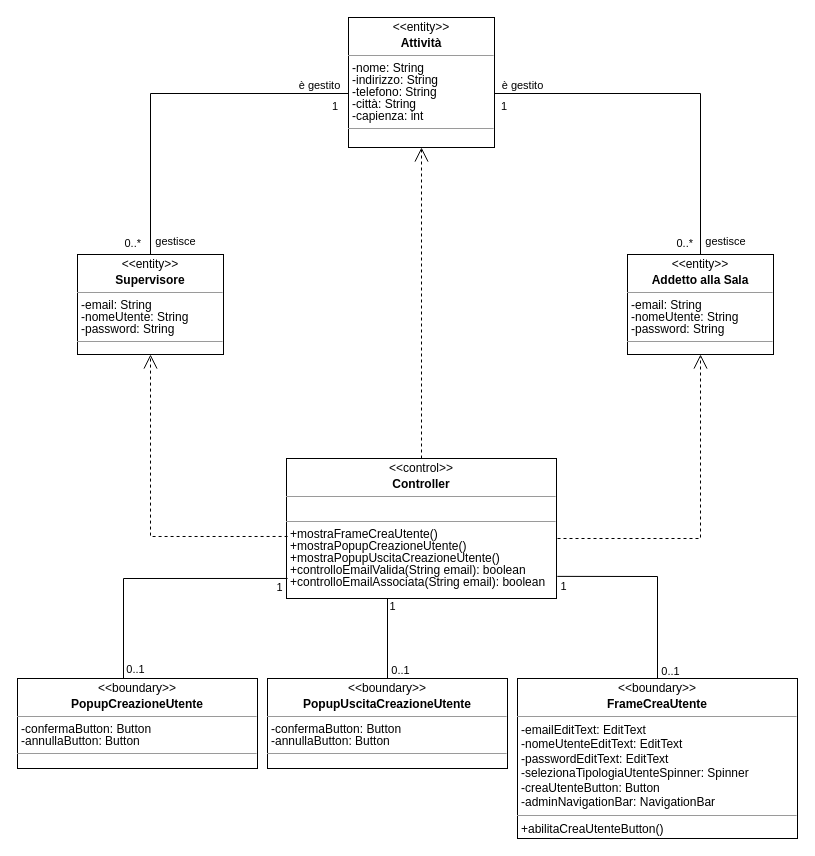
vittorioruggiero/Progetto-IngSw keeps this draw.io diagram as Documentazione/Class Diagram/Analisi/drawio/Analysis Class Diagram - Crea Utente.drawio. Above is the earlier version. Source tidied: cells renumbered, new cells numbered last; positions are measured from the earlier drawing's top-left corner, leaving out a move shared by most shapes. Both pictures are drawn from the tidied source at 100%, with x=0, y=0 at pixel (17, 17).
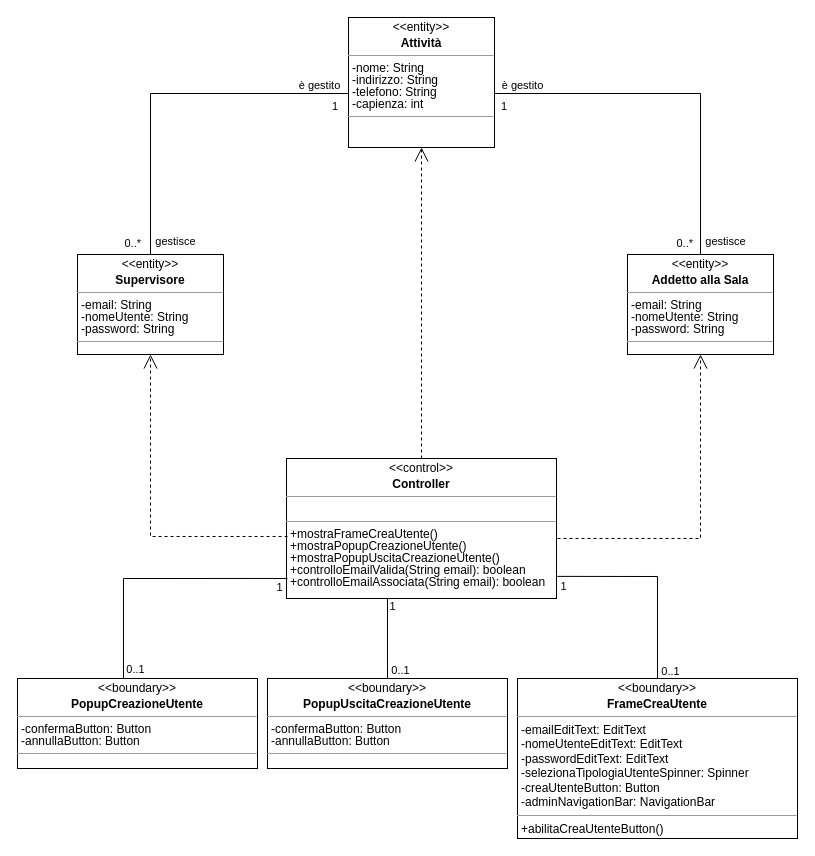
Above is the later version.

Commit message (it also covers changes not shown here):
piccole modifiche class diagram

The edit, as a diff of the source:
```diff
@@
-    <mxCell id="8" value="&lt;p style=&quot;margin: 4px 0px 0px; text-align: center; line-height: 100%;&quot;&gt;&amp;lt;&amp;lt;entity&amp;gt;&amp;gt;&lt;/p&gt;&lt;p style=&quot;margin: 4px 0px 0px; text-align: center; line-height: 100%;&quot;&gt;&lt;b&gt;Attività&lt;/b&gt;&lt;/p&gt;&lt;hr style=&quot;line-height: 100%;&quot; size=&quot;1&quot;&gt;&lt;p style=&quot;margin: 0px 0px 0px 4px; line-height: 100%;&quot;&gt;-nome: String&lt;/p&gt;&lt;p style=&quot;margin: 0px 0px 0px 4px; line-height: 100%;&quot;&gt;-indirizzo: String&lt;/p&gt;&lt;p style=&quot;margin: 0px 0px 0px 4px; line-height: 100%;&quot;&gt;-telefono: String&lt;/p&gt;&lt;p style=&quot;margin: 0px 0px 0px 4px; line-height: 100%;&quot;&gt;-città: String&lt;/p&gt;&lt;p style=&quot;margin: 0px 0px 0px 4px; line-height: 100%;&quot;&gt;-capienza: int&lt;/p&gt;&lt;hr style=&quot;line-height: 100%;&quot; size=&quot;1&quot;&gt;&lt;p style=&quot;margin: 0px 0px 0px 4px; line-height: 100%;&quot;&gt;&lt;br&gt;&lt;/p&gt;" style="verticalAlign=top;align=left;overflow=fill;fontSize=12;fontFamily=Helvetica;html=1;" parent="1" vertex="1">
+    <mxCell id="8" value="&lt;p style=&quot;margin: 4px 0px 0px; text-align: center; line-height: 100%;&quot;&gt;&amp;lt;&amp;lt;entity&amp;gt;&amp;gt;&lt;/p&gt;&lt;p style=&quot;margin: 4px 0px 0px; text-align: center; line-height: 100%;&quot;&gt;&lt;b&gt;Attività&lt;/b&gt;&lt;/p&gt;&lt;hr style=&quot;line-height: 100%;&quot; size=&quot;1&quot;&gt;&lt;p style=&quot;margin: 0px 0px 0px 4px; line-height: 100%;&quot;&gt;-nome: String&lt;/p&gt;&lt;p style=&quot;margin: 0px 0px 0px 4px; line-height: 100%;&quot;&gt;-indirizzo: String&lt;/p&gt;&lt;p style=&quot;margin: 0px 0px 0px 4px; line-height: 100%;&quot;&gt;-telefono: String&lt;/p&gt;&lt;p style=&quot;margin: 0px 0px 0px 4px; line-height: 100%;&quot;&gt;-capienza: int&lt;/p&gt;&lt;hr style=&quot;line-height: 100%;&quot; size=&quot;1&quot;&gt;&lt;p style=&quot;margin: 0px 0px 0px 4px; line-height: 100%;&quot;&gt;&lt;br&gt;&lt;/p&gt;" style="verticalAlign=top;align=left;overflow=fill;fontSize=12;fontFamily=Helvetica;html=1;" parent="1" vertex="1">
       <mxGeometry x="331" width="146" height="130" as="geometry" />
     </mxCell>
```
